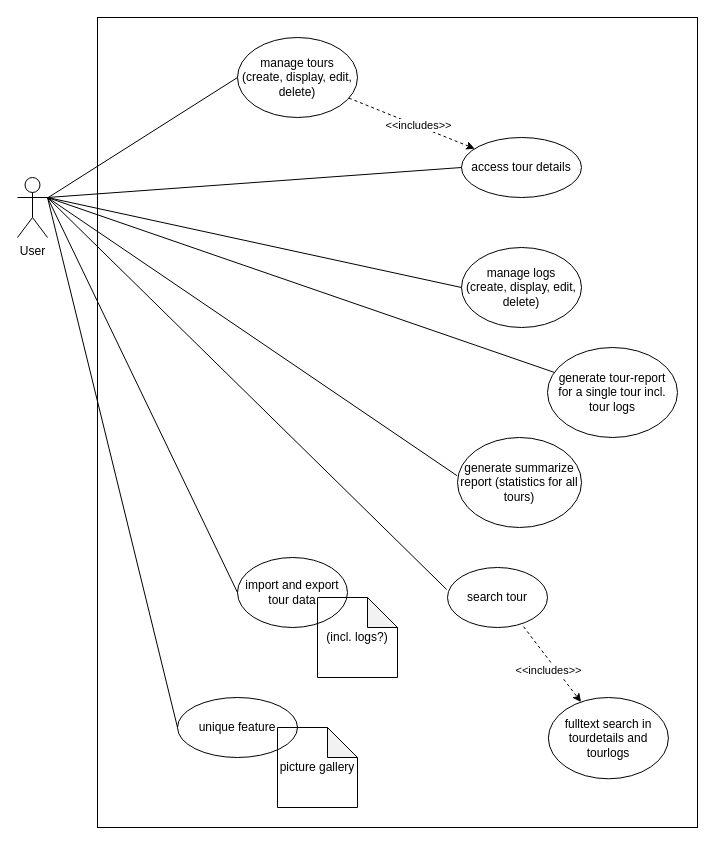
Above: documentation/use-case-diagram.drawio in smoothjass/swen2-project (draw.io), before the change. Source tidied: cells renumbered, new cells numbered last; positions are measured from the earlier drawing's top-left corner, leaving out a move shared by most shapes. Both pictures are drawn from the tidied source at 100%, with x=0, y=0 at pixel (17, 17).
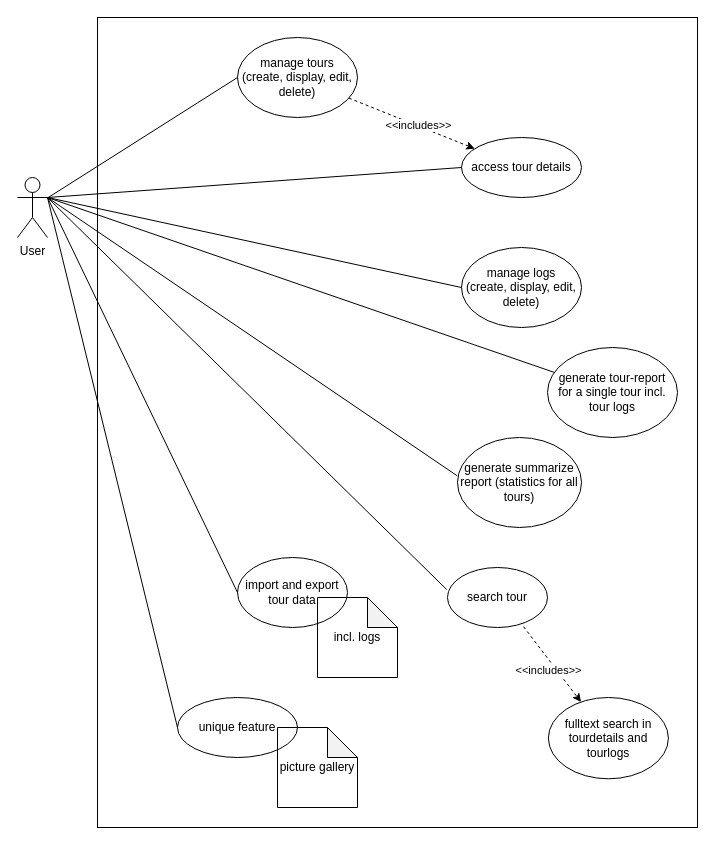
After the change.

The edit, as a diff of the source:
```diff
@@
-    <mxCell id="15" value="(incl. logs?)" style="shape=note;whiteSpace=wrap;html=1;backgroundOutline=1;darkOpacity=0.05;fillColor=none;" parent="1" vertex="1">
+    <mxCell id="15" value="incl. logs" style="shape=note;whiteSpace=wrap;html=1;backgroundOutline=1;darkOpacity=0.05;fillColor=none;" parent="1" vertex="1">
       <mxGeometry x="300" y="580" width="80" height="80" as="geometry" />
     </mxCell>
```
